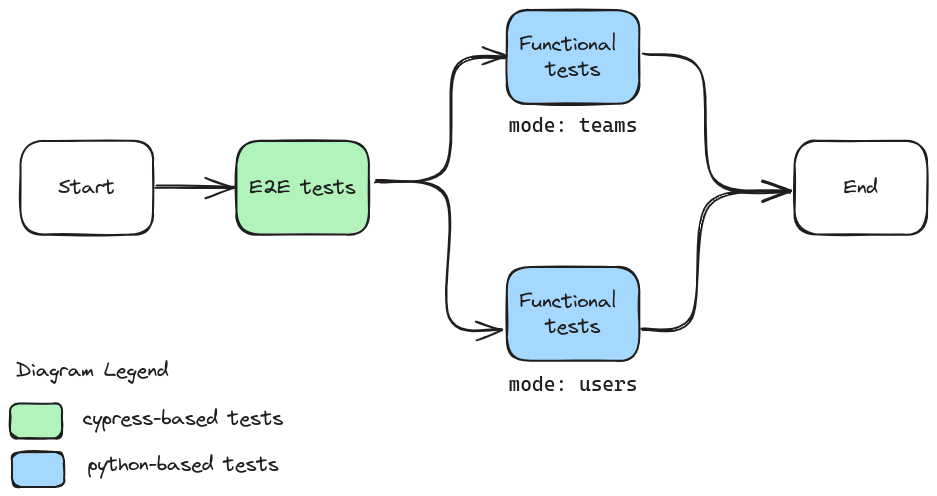
This is webdocs/design/testing/testing.excalidraw.png from ctfer-io/ctfd-chall-manager, a Excalidraw export, as it was before one commit. Source tidied: one line per element, renumbered; positions are measured from the earlier drawing's top-left corner, leaving out a move shared by most shapes.
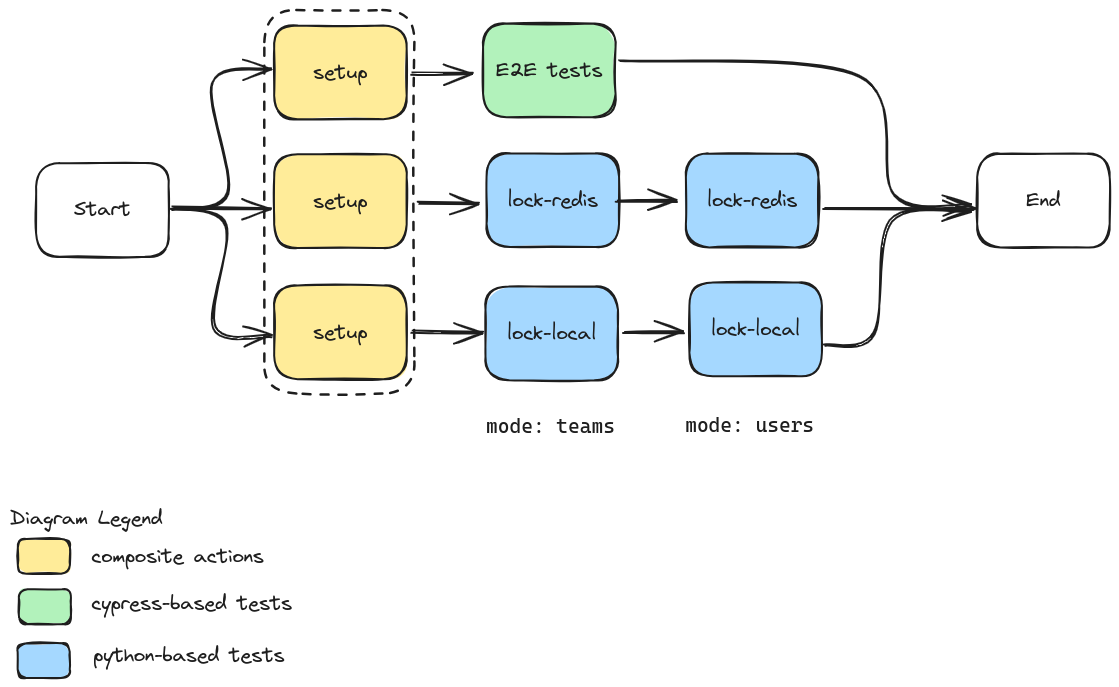
Above is the later version.

Change to the diagram source:
```diff
@@ -1,22 +1,41 @@
-{"id": 0, "type": "rectangle", "strokeColor": "#1e1e1e", "backgroundColor": "#b2f2bb", "fillStyle": "solid", "strokeWidth": 2, "roughness": 1, "round": true, "x": 226, "y": 131, "width": 132, "height": 94}
-{"id": 1, "type": "text", "text": "E2E tests", "strokeColor": "#1e1e1e", "strokeWidth": 2, "roughness": 1, "fontSize": 20, "fontFamily": 1, "textAlign": "center", "verticalAlign": "middle", "inside": 0, "x": 239, "y": 165, "width": 106, "height": 25}
-{"id": 2, "type": "rectangle", "strokeColor": "#1e1e1e", "backgroundColor": "#a5d8ff", "fillStyle": "solid", "strokeWidth": 2, "roughness": 1, "round": true, "x": 497, "y": 257, "width": 132, "height": 94}
+{"id": 2, "type": "rectangle", "strokeColor": "#1e1e1e", "backgroundColor": "#a5d8ff", "fillStyle": "solid", "strokeWidth": 2, "roughness": 1, "round": true, "x": 497, "y": 256, "width": 132, "height": 94}
-{"id": 3, "type": "text", "text": "Functional \ntests", "strokeColor": "#1e1e1e", "strokeWidth": 2, "roughness": 1, "fontSize": 20, "fontFamily": 1, "textAlign": "center", "verticalAlign": "middle", "inside": 2, "x": 510, "y": 279, "width": 107, "height": 50}
+{"id": 3, "type": "text", "text": "lock-local", "strokeColor": "#1e1e1e", "strokeWidth": 2, "roughness": 1, "fontSize": 20, "fontFamily": 1, "textAlign": "center", "verticalAlign": "middle", "inside": 2, "x": 518, "y": 291, "width": 89, "height": 25}
-{"id": 4, "type": "rectangle", "strokeColor": "#1e1e1e", "backgroundColor": "#a5d8ff", "fillStyle": "solid", "strokeWidth": 2, "roughness": 1, "round": true, "x": 497, "y": 0, "width": 132, "height": 94}
-{"id": 5, "type": "text", "text": "Functional \ntests", "strokeColor": "#1e1e1e", "strokeWidth": 2, "roughness": 1, "fontSize": 20, "fontFamily": 1, "textAlign": "center", "verticalAlign": "middle", "inside": 4, "x": 510, "y": 22, "width": 107, "height": 50}
-{"id": 6, "type": "arrow", "strokeColor": "#1e1e1e", "backgroundColor": "#b2f2bb", "fillStyle": "solid", "strokeWidth": 2, "roughness": 1, "endArrowhead": "arrow", "round": true, "from": 0, "to": 4, "x": 365, "y": 171, "width": 130, "height": 124, "points": [[0, 0], [69, -11], [81, -111], [130, -124]]}
-{"id": 7, "type": "arrow", "strokeColor": "#1e1e1e", "backgroundColor": "#b2f2bb", "fillStyle": "solid", "strokeWidth": 2, "roughness": 1, "endArrowhead": "arrow", "round": true, "from": 0, "to": 2, "x": 369, "y": 171, "width": 123, "height": 148, "points": [[0, 0], [68, 14], [69, 136], [123, 148]]}
-{"id": 8, "type": "text", "text": "mode: teams", "strokeColor": "#1e1e1e", "backgroundColor": "#b2f2bb", "fillStyle": "solid", "strokeWidth": 2, "roughness": 1, "fontSize": 20, "fontFamily": 3, "x": 499, "y": 103, "width": 129, "height": 24}
+{"id": 8, "type": "text", "text": "mode: teams", "strokeColor": "#1e1e1e", "backgroundColor": "#b2f2bb", "fillStyle": "solid", "strokeWidth": 2, "roughness": 1, "fontSize": 20, "fontFamily": 3, "x": 293, "y": 388, "width": 129, "height": 24}
-{"id": 9, "type": "text", "text": "mode: users", "strokeColor": "#1e1e1e", "backgroundColor": "#b2f2bb", "fillStyle": "solid", "strokeWidth": 2, "roughness": 1, "fontSize": 20, "fontFamily": 3, "verticalAlign": "middle", "x": 499, "y": 362, "width": 129, "height": 24}
+{"id": 9, "type": "text", "text": "mode: users", "strokeColor": "#1e1e1e", "backgroundColor": "#b2f2bb", "fillStyle": "solid", "strokeWidth": 2, "roughness": 1, "fontSize": 20, "fontFamily": 3, "verticalAlign": "middle", "x": 493, "y": 387, "width": 129, "height": 24}
-{"id": 10, "type": "rectangle", "strokeColor": "#1e1e1e", "strokeWidth": 2, "roughness": 1, "round": true, "x": 10, "y": 131, "width": 132, "height": 94}
+{"id": 10, "type": "rectangle", "strokeColor": "#1e1e1e", "strokeWidth": 2, "roughness": 1, "round": true, "x": -156, "y": 137, "width": 132, "height": 94}
-{"id": 11, "type": "text", "text": "Start", "strokeColor": "#1e1e1e", "strokeWidth": 2, "roughness": 1, "fontSize": 20, "fontFamily": 1, "textAlign": "center", "verticalAlign": "middle", "inside": 10, "x": 48, "y": 165, "width": 57, "height": 25}
+{"id": 11, "type": "text", "text": "Start", "strokeColor": "#1e1e1e", "strokeWidth": 2, "roughness": 1, "fontSize": 20, "fontFamily": 1, "textAlign": "center", "verticalAlign": "middle", "inside": 10, "x": -119, "y": 172, "width": 57, "height": 25}
-{"id": 12, "type": "arrow", "strokeColor": "#1e1e1e", "strokeWidth": 2, "roughness": 1, "endArrowhead": "arrow", "round": true, "from": 10, "to": 0, "x": 147, "y": 176, "width": 77, "height": 2, "points": [[0, 0], [77, 2]]}
+{"id": 12, "type": "arrow", "strokeColor": "#1e1e1e", "strokeWidth": 2, "roughness": 1, "endArrowhead": "arrow", "round": true, "from": 10, "to": 34, "x": -20, "y": 181, "width": 98, "height": 2, "points": [[0, 0], [98, 2]]}
-{"id": 13, "type": "rectangle", "strokeColor": "#1e1e1e", "strokeWidth": 2, "roughness": 1, "round": true, "x": 785, "y": 131, "width": 132, "height": 94}
+{"id": 13, "type": "rectangle", "strokeColor": "#1e1e1e", "strokeWidth": 2, "roughness": 1, "round": true, "x": 785, "y": 128, "width": 132, "height": 94}
-{"id": 14, "type": "text", "text": "End", "strokeColor": "#1e1e1e", "strokeWidth": 2, "roughness": 1, "fontSize": 20, "fontFamily": 1, "textAlign": "center", "verticalAlign": "middle", "inside": 13, "x": 834, "y": 165, "width": 34, "height": 25}
+{"id": 14, "type": "text", "text": "End", "strokeColor": "#1e1e1e", "strokeWidth": 2, "roughness": 1, "fontSize": 20, "fontFamily": 1, "textAlign": "center", "verticalAlign": "middle", "inside": 13, "x": 834, "y": 162, "width": 34, "height": 25}
-{"id": 15, "type": "arrow", "strokeColor": "#1e1e1e", "strokeWidth": 2, "roughness": 1, "endArrowhead": "arrow", "round": true, "from": 4, "to": 13, "x": 634, "y": 43, "width": 146, "height": 139, "points": [[0, 0], [56, 17], [70, 126], [146, 139]]}
+{"id": 15, "type": "arrow", "strokeColor": "#1e1e1e", "strokeWidth": 2, "roughness": 1, "endArrowhead": "arrow", "round": true, "from": 22, "to": 13, "x": 428, "y": 34, "width": 350, "height": 146, "points": [[0, 0], [239, 16], [274, 136], [350, 146]]}
-{"id": 16, "type": "arrow", "strokeColor": "#1e1e1e", "strokeWidth": 2, "roughness": 1, "endArrowhead": "arrow", "round": true, "from": 2, "to": 13, "x": 633, "y": 321, "width": 149, "height": 140, "points": [[0, 0], [50, -13], [65, -126], [149, -140]]}
+{"id": 16, "type": "arrow", "strokeColor": "#1e1e1e", "strokeWidth": 2, "roughness": 1, "endArrowhead": "arrow", "round": true, "from": 2, "to": 13, "x": 633, "y": 320, "width": 147, "height": 135, "points": [[0, 0], [50, -12], [65, -126], [147, -135]]}
-{"id": 17, "type": "rectangle", "strokeColor": "#1e1e1e", "backgroundColor": "#a5d8ff", "fillStyle": "solid", "strokeWidth": 2, "roughness": 1, "round": true, "x": 2, "y": 442, "width": 52, "height": 35}
+{"id": 17, "type": "rectangle", "strokeColor": "#1e1e1e", "backgroundColor": "#a5d8ff", "fillStyle": "solid", "strokeWidth": 2, "roughness": 1, "round": true, "x": -175, "y": 617, "width": 52, "height": 35}
-{"id": 18, "type": "text", "text": "Diagram Legend", "strokeColor": "#1e1e1e", "strokeWidth": 2, "roughness": 1, "fontSize": 20, "fontFamily": 1, "x": 6, "y": 348, "width": 153, "height": 25}
+{"id": 18, "type": "text", "text": "Diagram Legend", "strokeColor": "#1e1e1e", "strokeWidth": 2, "roughness": 1, "fontSize": 20, "fontFamily": 1, "x": -183, "y": 480, "width": 153, "height": 25}
-{"id": 19, "type": "text", "text": "cypress-based tests", "strokeColor": "#1e1e1e", "strokeWidth": 2, "roughness": 1, "fontSize": 20, "fontFamily": 1, "x": 73, "y": 396, "width": 201, "height": 25}
+{"id": 19, "type": "text", "text": "cypress-based tests", "strokeColor": "#1e1e1e", "strokeWidth": 2, "roughness": 1, "fontSize": 20, "fontFamily": 1, "x": -101, "y": 566, "width": 201, "height": 25}
-{"id": 20, "type": "text", "text": "python-based tests", "strokeColor": "#1e1e1e", "strokeWidth": 2, "roughness": 1, "fontSize": 20, "fontFamily": 1, "x": 78, "y": 442, "width": 191, "height": 25}
+{"id": 20, "type": "text", "text": "python-based tests", "strokeColor": "#1e1e1e", "strokeWidth": 2, "roughness": 1, "fontSize": 20, "fontFamily": 1, "x": -99, "y": 617, "width": 191, "height": 25}
-{"id": 21, "type": "rectangle", "strokeColor": "#1e1e1e", "backgroundColor": "#b2f2bb", "fillStyle": "solid", "strokeWidth": 2, "roughness": 1, "round": true, "x": 0, "y": 393, "width": 52, "height": 35}
+{"id": 21, "type": "rectangle", "strokeColor": "#1e1e1e", "backgroundColor": "#b2f2bb", "fillStyle": "solid", "strokeWidth": 2, "roughness": 1, "round": true, "x": -174, "y": 563, "width": 52, "height": 35}
+{"id": 22, "type": "rectangle", "strokeColor": "#1e1e1e", "backgroundColor": "#b2f2bb", "fillStyle": "solid", "strokeWidth": 2, "roughness": 1, "round": true, "x": 290, "y": -2, "width": 132, "height": 94}
+{"id": 1, "type": "text", "text": "E2E tests", "strokeColor": "#1e1e1e", "strokeWidth": 2, "roughness": 1, "fontSize": 20, "fontFamily": 1, "textAlign": "center", "verticalAlign": "middle", "inside": 22, "x": 304, "y": 32, "width": 106, "height": 25}
+{"id": 23, "type": "rectangle", "strokeColor": "#1e1e1e", "backgroundColor": "#a5d8ff", "fillStyle": "solid", "strokeWidth": 2, "roughness": 1, "round": true, "x": 493, "y": 128, "width": 132, "height": 94}
+{"id": 24, "type": "text", "text": "lock-redis", "strokeColor": "#1e1e1e", "strokeWidth": 2, "roughness": 1, "fontSize": 20, "fontFamily": 1, "textAlign": "center", "verticalAlign": "middle", "inside": 23, "x": 514, "y": 162, "width": 90, "height": 25}
+{"id": 25, "type": "arrow", "strokeColor": "#1e1e1e", "strokeWidth": 2, "roughness": 1, "endArrowhead": "arrow", "round": true, "from": 23, "to": 13, "x": 631, "y": 183, "width": 150, "height": 0, "points": [[0, 0], [150, 0]]}
+{"id": 26, "type": "rectangle", "strokeColor": "#1e1e1e", "backgroundColor": "#a5d8ff", "fillStyle": "solid", "strokeWidth": 2, "roughness": 1, "round": true, "x": 293, "y": 261, "width": 132, "height": 94}
+{"id": 27, "type": "text", "text": "lock-local", "strokeColor": "#1e1e1e", "strokeWidth": 2, "roughness": 1, "fontSize": 20, "fontFamily": 1, "textAlign": "center", "verticalAlign": "middle", "inside": 26, "x": 314, "y": 295, "width": 89, "height": 25}
+{"id": 28, "type": "rectangle", "strokeColor": "#1e1e1e", "backgroundColor": "#a5d8ff", "fillStyle": "solid", "strokeWidth": 2, "roughness": 1, "round": true, "x": 294, "y": 127, "width": 132, "height": 94}
+{"id": 29, "type": "text", "text": "lock-redis", "strokeColor": "#1e1e1e", "strokeWidth": 2, "roughness": 1, "fontSize": 20, "fontFamily": 1, "textAlign": "center", "verticalAlign": "middle", "inside": 28, "x": 315, "y": 162, "width": 90, "height": 25}
+{"id": 30, "type": "arrow", "strokeColor": "#1e1e1e", "strokeWidth": 2, "roughness": 1, "endArrowhead": "arrow", "round": true, "to": 23, "x": 424, "y": 176, "width": 60, "height": 0, "points": [[0, 0], [60, 0]]}
+{"id": 31, "type": "arrow", "strokeColor": "#1e1e1e", "strokeWidth": 2, "roughness": 1, "endArrowhead": "arrow", "round": true, "from": 26, "to": 2, "x": 432, "y": 307, "width": 60, "height": 0, "points": [[0, 0], [60, 0]]}
+{"id": 32, "type": "rectangle", "strokeColor": "#1e1e1e", "backgroundColor": "#ffec99", "fillStyle": "solid", "strokeWidth": 2, "roughness": 1, "round": true, "x": 82, "y": 259, "width": 132, "height": 94}
+{"id": 33, "type": "text", "text": "setup", "strokeColor": "#1e1e1e", "strokeWidth": 2, "roughness": 1, "fontSize": 20, "fontFamily": 1, "textAlign": "center", "verticalAlign": "middle", "inside": 32, "x": 121, "y": 294, "width": 54, "height": 25}
+{"id": 34, "type": "rectangle", "strokeColor": "#1e1e1e", "backgroundColor": "#ffec99", "fillStyle": "solid", "strokeWidth": 2, "roughness": 1, "round": true, "x": 82, "y": 128, "width": 132, "height": 94}
+{"id": 35, "type": "text", "text": "setup", "strokeColor": "#1e1e1e", "strokeWidth": 2, "roughness": 1, "fontSize": 20, "fontFamily": 1, "textAlign": "center", "verticalAlign": "middle", "inside": 34, "x": 121, "y": 163, "width": 54, "height": 25}
+{"id": 36, "type": "rectangle", "strokeColor": "#1e1e1e", "backgroundColor": "#ffec99", "fillStyle": "solid", "strokeWidth": 2, "roughness": 1, "round": true, "x": 82, "y": 0, "width": 132, "height": 94}
+{"id": 37, "type": "text", "text": "setup", "strokeColor": "#1e1e1e", "strokeWidth": 2, "roughness": 1, "fontSize": 20, "fontFamily": 1, "textAlign": "center", "verticalAlign": "middle", "inside": 36, "x": 121, "y": 34, "width": 54, "height": 25}
+{"id": 38, "type": "arrow", "strokeColor": "#1e1e1e", "strokeWidth": 2, "roughness": 1, "endArrowhead": "arrow", "round": true, "from": 32, "to": 26, "x": 220, "y": 305, "width": 71, "height": 0, "points": [[0, 0], [71, 0]]}
+{"id": 39, "type": "arrow", "strokeColor": "#1e1e1e", "strokeWidth": 2, "roughness": 1, "endArrowhead": "arrow", "round": true, "from": 34, "to": 28, "x": 226, "y": 177, "width": 60, "height": 0, "points": [[0, 0], [60, 0]]}
+{"id": 40, "type": "arrow", "strokeColor": "#1e1e1e", "strokeWidth": 2, "roughness": 1, "endArrowhead": "arrow", "round": true, "from": 36, "to": 22, "x": 220, "y": 47, "width": 60, "height": 0, "points": [[0, 0], [60, 0]]}
+{"id": 41, "type": "rectangle", "strokeColor": "#1e1e1e", "strokeWidth": 2, "strokeStyle": "dashed", "roughness": 1, "round": true, "x": 72, "y": -16, "width": 150, "height": 384}
+{"id": 42, "type": "arrow", "strokeColor": "#1e1e1e", "strokeWidth": 2, "roughness": 1, "endArrowhead": "arrow", "round": true, "from": 10, "to": 36, "x": -21, "y": 184, "width": 99, "height": 142, "points": [[0, 0], [57, -17], [41, -127], [99, -142]]}
+{"id": 43, "type": "arrow", "strokeColor": "#1e1e1e", "strokeWidth": 2, "roughness": 1, "endArrowhead": "arrow", "round": true, "from": 10, "to": 32, "x": -17, "y": 183, "width": 97, "height": 128, "points": [[0, 0], [52, 16], [39, 118], [97, 128]]}
+{"id": 44, "type": "rectangle", "strokeColor": "#1e1e1e", "backgroundColor": "#ffec99", "fillStyle": "solid", "strokeWidth": 2, "roughness": 1, "round": true, "x": -175, "y": 513, "width": 52, "height": 35}
+{"id": 45, "type": "text", "text": "composite actions ", "strokeColor": "#1e1e1e", "backgroundColor": "#ffec99", "fillStyle": "solid", "strokeWidth": 2, "roughness": 1, "fontSize": 20, "fontFamily": 1, "x": -101, "y": 518, "width": 183, "height": 25}
```
